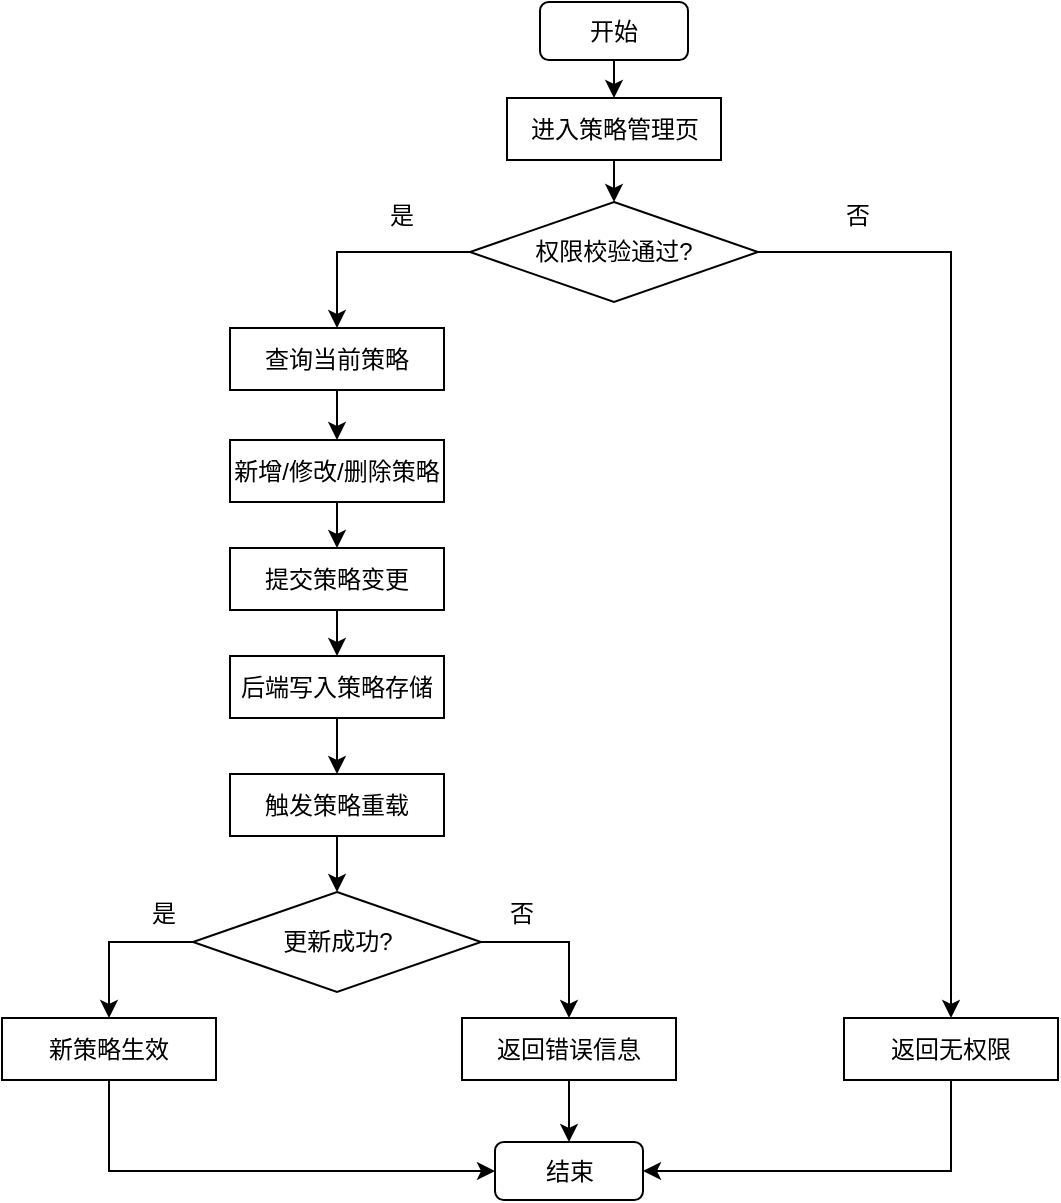
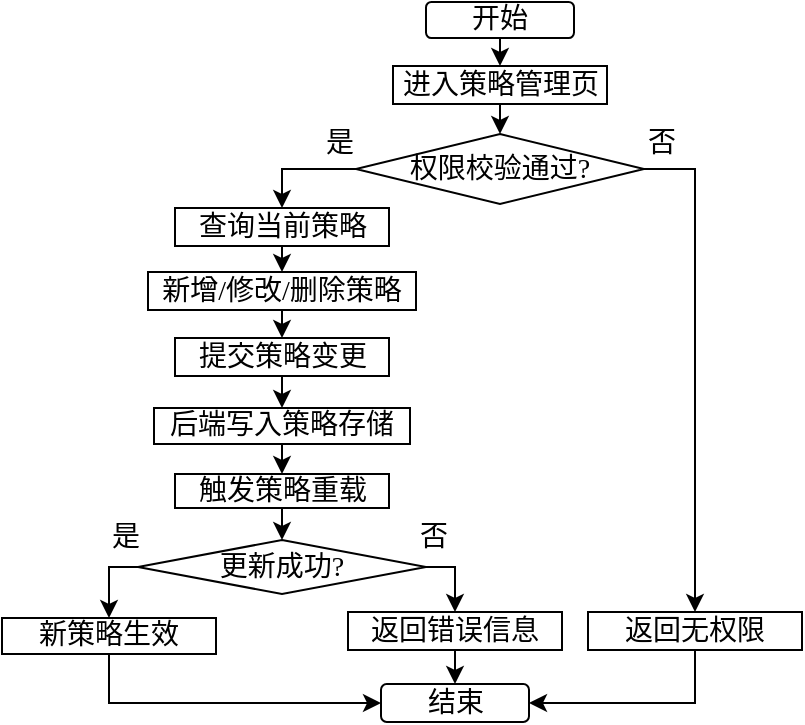
<mxfile host="app.diagrams.net">
  <diagram name="第 1 页" id="A4dXcl-CP5tHBsxZ2e-t">
-     <mxGraphModel dx="1406" dy="780" grid="0" gridSize="10" guides="1" tooltips="1" connect="1" arrows="1" fold="1" page="1" pageScale="1" pageWidth="827" pageHeight="1169" math="0" shadow="0">
+     <mxGraphModel dx="803" dy="446" grid="0" gridSize="10" guides="1" tooltips="1" connect="1" arrows="1" fold="1" page="1" pageScale="1" pageWidth="827" pageHeight="1169" math="0" shadow="0">
      <root>
        <mxCell id="0" />
        <mxCell id="1" parent="0" />
-         <mxCell id="r6gwkSSvCtjKvov1u58H-1" parent="1" style="rounded=1;whiteSpace=wrap;html=1;" value="&lt;span style=&quot;font-size: 12px;&quot;&gt;开始&lt;/span&gt;" vertex="1">
-           <mxGeometry height="29" width="74" x="380" y="15" as="geometry" />
+         <mxCell id="r6gwkSSvCtjKvov1u58H-1" parent="1" style="rounded=1;whiteSpace=wrap;html=1;fontFamily=仿宋;fontSize=14;" value="&lt;span&gt;开始&lt;/span&gt;" vertex="1">
+           <mxGeometry height="18" width="74" x="380" y="15" as="geometry" />
        </mxCell>
-         <mxCell id="r6gwkSSvCtjKvov1u58H-2" parent="1" style="rounded=0;whiteSpace=wrap;html=1;" value="&lt;span style=&quot;font-size: 12px;&quot;&gt;进入策略管理页&lt;/span&gt;" vertex="1">
-           <mxGeometry height="31" width="107" x="363.5" y="63" as="geometry" />
+         <mxCell id="r6gwkSSvCtjKvov1u58H-2" parent="1" style="rounded=0;whiteSpace=wrap;html=1;fontFamily=仿宋;fontSize=14;" value="&lt;span&gt;进入策略管理页&lt;/span&gt;" vertex="1">
+           <mxGeometry height="19" width="107" x="363.5" y="47" as="geometry" />
        </mxCell>
-         <mxCell id="r6gwkSSvCtjKvov1u58H-3" parent="1" style="rhombus;whiteSpace=wrap;html=1;" value="&lt;span style=&quot;font-size: 12px;&quot;&gt;权限校验通过?&lt;/span&gt;" vertex="1">
-           <mxGeometry height="50" width="144" x="345" y="115" as="geometry" />
+         <mxCell id="r6gwkSSvCtjKvov1u58H-3" parent="1" style="rhombus;whiteSpace=wrap;html=1;fontFamily=仿宋;fontSize=14;" value="&lt;span&gt;权限校验通过?&lt;/span&gt;" vertex="1">
+           <mxGeometry height="35" width="144" x="345" y="81" as="geometry" />
        </mxCell>
-         <mxCell id="r6gwkSSvCtjKvov1u58H-4" parent="1" style="rounded=0;whiteSpace=wrap;html=1;" value="&lt;span style=&quot;font-size: 12px;&quot;&gt;查询当前策略&lt;/span&gt;" vertex="1">
-           <mxGeometry height="31" width="107" x="225" y="178" as="geometry" />
+         <mxCell id="r6gwkSSvCtjKvov1u58H-4" parent="1" style="rounded=0;whiteSpace=wrap;html=1;fontFamily=仿宋;fontSize=14;" value="&lt;span&gt;查询当前策略&lt;/span&gt;" vertex="1">
+           <mxGeometry height="19" width="107" x="254.5" y="118" as="geometry" />
        </mxCell>
-         <mxCell id="r6gwkSSvCtjKvov1u58H-5" parent="1" style="rounded=0;whiteSpace=wrap;html=1;" value="&lt;span style=&quot;font-size: 12px;&quot;&gt;新增/修改/删除策略&lt;/span&gt;" vertex="1">
-           <mxGeometry height="31" width="107" x="225" y="234" as="geometry" />
+         <mxCell id="r6gwkSSvCtjKvov1u58H-5" parent="1" style="rounded=0;whiteSpace=wrap;html=1;fontFamily=仿宋;fontSize=14;" value="&lt;span&gt;新增/修改/删除策略&lt;/span&gt;" vertex="1">
+           <mxGeometry height="19" width="134" x="241" y="150" as="geometry" />
        </mxCell>
-         <mxCell id="r6gwkSSvCtjKvov1u58H-6" parent="1" style="rounded=0;whiteSpace=wrap;html=1;" value="&lt;span style=&quot;font-size: 12px;&quot;&gt;提交策略变更&lt;/span&gt;" vertex="1">
-           <mxGeometry height="31" width="107" x="225" y="288" as="geometry" />
+         <mxCell id="r6gwkSSvCtjKvov1u58H-6" parent="1" style="rounded=0;whiteSpace=wrap;html=1;fontFamily=仿宋;fontSize=14;" value="&lt;span&gt;提交策略变更&lt;/span&gt;" vertex="1">
+           <mxGeometry height="19" width="107" x="254.5" y="183" as="geometry" />
        </mxCell>
-         <mxCell id="r6gwkSSvCtjKvov1u58H-7" parent="1" style="rounded=0;whiteSpace=wrap;html=1;" value="&lt;span style=&quot;font-size: 12px;&quot;&gt;后端写入策略存储&lt;/span&gt;" vertex="1">
-           <mxGeometry height="31" width="107" x="225" y="342" as="geometry" />
+         <mxCell id="r6gwkSSvCtjKvov1u58H-7" parent="1" style="rounded=0;whiteSpace=wrap;html=1;fontFamily=仿宋;fontSize=14;" value="&lt;span&gt;后端写入策略存储&lt;/span&gt;" vertex="1">
+           <mxGeometry height="18" width="128" x="244" y="218" as="geometry" />
        </mxCell>
-         <mxCell id="r6gwkSSvCtjKvov1u58H-8" parent="1" style="rhombus;whiteSpace=wrap;html=1;" value="&lt;span style=&quot;font-size: 12px;&quot;&gt;更新成功?&lt;/span&gt;" vertex="1">
-           <mxGeometry height="50" width="144" x="206.5" y="460" as="geometry" />
+         <mxCell id="r6gwkSSvCtjKvov1u58H-8" parent="1" style="rhombus;whiteSpace=wrap;html=1;fontFamily=仿宋;fontSize=14;" value="&lt;span&gt;更新成功?&lt;/span&gt;" vertex="1">
+           <mxGeometry height="27" width="144" x="236" y="284" as="geometry" />
        </mxCell>
-         <mxCell id="r6gwkSSvCtjKvov1u58H-9" parent="1" style="rounded=0;whiteSpace=wrap;html=1;" value="&lt;span style=&quot;font-size: 12px;&quot;&gt;新策略生效&lt;/span&gt;" vertex="1">
-           <mxGeometry height="31" width="107" x="111" y="523" as="geometry" />
+         <mxCell id="r6gwkSSvCtjKvov1u58H-9" parent="1" style="rounded=0;whiteSpace=wrap;html=1;fontFamily=仿宋;fontSize=14;" value="&lt;span&gt;新策略生效&lt;/span&gt;" vertex="1">
+           <mxGeometry height="18" width="107" x="168" y="323" as="geometry" />
        </mxCell>
-         <mxCell id="r6gwkSSvCtjKvov1u58H-10" parent="1" style="rounded=0;whiteSpace=wrap;html=1;" value="&lt;span style=&quot;font-size: 12px;&quot;&gt;返回错误信息&lt;/span&gt;" vertex="1">
-           <mxGeometry height="31" width="107" x="341" y="523" as="geometry" />
+         <mxCell id="r6gwkSSvCtjKvov1u58H-10" parent="1" style="rounded=0;whiteSpace=wrap;html=1;fontFamily=仿宋;fontSize=14;" value="&lt;span&gt;返回错误信息&lt;/span&gt;" vertex="1">
+           <mxGeometry height="19" width="107" x="341" y="320" as="geometry" />
        </mxCell>
-         <mxCell id="r6gwkSSvCtjKvov1u58H-11" parent="1" style="rounded=0;whiteSpace=wrap;html=1;" value="&lt;span style=&quot;font-size: 12px;&quot;&gt;返回无权限&lt;/span&gt;" vertex="1">
-           <mxGeometry height="31" width="107" x="532" y="523" as="geometry" />
+         <mxCell id="r6gwkSSvCtjKvov1u58H-11" parent="1" style="rounded=0;whiteSpace=wrap;html=1;fontFamily=仿宋;fontSize=14;" value="&lt;span&gt;返回无权限&lt;/span&gt;" vertex="1">
+           <mxGeometry height="19" width="107" x="461" y="320" as="geometry" />
        </mxCell>
-         <mxCell id="r6gwkSSvCtjKvov1u58H-12" parent="1" style="rounded=1;whiteSpace=wrap;html=1;" value="&lt;span style=&quot;font-size: 12px;&quot;&gt;结束&lt;/span&gt;" vertex="1">
-           <mxGeometry height="29" width="74" x="357.5" y="585" as="geometry" />
+         <mxCell id="r6gwkSSvCtjKvov1u58H-12" parent="1" style="rounded=1;whiteSpace=wrap;html=1;fontFamily=仿宋;fontSize=14;" value="&lt;span&gt;结束&lt;/span&gt;" vertex="1">
+           <mxGeometry height="19" width="74" x="357.5" y="356" as="geometry" />
        </mxCell>
-         <mxCell id="r6gwkSSvCtjKvov1u58H-14" edge="1" parent="1" source="r6gwkSSvCtjKvov1u58H-1" style="endArrow=classic;html=1;rounded=0;exitX=0.5;exitY=1;exitDx=0;exitDy=0;entryX=0.5;entryY=0;entryDx=0;entryDy=0;" target="r6gwkSSvCtjKvov1u58H-2" value="">
+         <mxCell id="r6gwkSSvCtjKvov1u58H-14" edge="1" parent="1" source="r6gwkSSvCtjKvov1u58H-1" style="endArrow=classic;html=1;rounded=0;exitX=0.5;exitY=1;exitDx=0;exitDy=0;entryX=0.5;entryY=0;entryDx=0;entryDy=0;fontFamily=仿宋;fontSize=14;" target="r6gwkSSvCtjKvov1u58H-2" value="">
          <mxGeometry height="50" relative="1" width="50" as="geometry">
            <mxPoint x="388" y="427" as="sourcePoint" />
            <mxPoint x="438" y="377" as="targetPoint" />
          </mxGeometry>
        </mxCell>
-         <mxCell id="r6gwkSSvCtjKvov1u58H-15" edge="1" parent="1" source="r6gwkSSvCtjKvov1u58H-2" style="endArrow=classic;html=1;rounded=0;exitX=0.5;exitY=1;exitDx=0;exitDy=0;entryX=0.5;entryY=0;entryDx=0;entryDy=0;" target="r6gwkSSvCtjKvov1u58H-3" value="">
+         <mxCell id="r6gwkSSvCtjKvov1u58H-15" edge="1" parent="1" source="r6gwkSSvCtjKvov1u58H-2" style="endArrow=classic;html=1;rounded=0;exitX=0.5;exitY=1;exitDx=0;exitDy=0;entryX=0.5;entryY=0;entryDx=0;entryDy=0;fontFamily=仿宋;fontSize=14;" target="r6gwkSSvCtjKvov1u58H-3" value="">
          <mxGeometry height="50" relative="1" width="50" as="geometry">
            <mxPoint x="588" y="150" as="sourcePoint" />
            <mxPoint x="588" y="178" as="targetPoint" />
          </mxGeometry>
        </mxCell>
-         <mxCell id="r6gwkSSvCtjKvov1u58H-16" edge="1" parent="1" source="r6gwkSSvCtjKvov1u58H-4" style="endArrow=classic;html=1;rounded=0;exitX=0.5;exitY=1;exitDx=0;exitDy=0;entryX=0.5;entryY=0;entryDx=0;entryDy=0;" target="r6gwkSSvCtjKvov1u58H-5" value="">
+         <mxCell id="r6gwkSSvCtjKvov1u58H-16" edge="1" parent="1" source="r6gwkSSvCtjKvov1u58H-4" style="endArrow=classic;html=1;rounded=0;exitX=0.5;exitY=1;exitDx=0;exitDy=0;entryX=0.5;entryY=0;entryDx=0;entryDy=0;fontFamily=仿宋;fontSize=14;" target="r6gwkSSvCtjKvov1u58H-5" value="">
          <mxGeometry height="50" relative="1" width="50" as="geometry">
            <mxPoint x="427" y="253" as="sourcePoint" />
            <mxPoint x="427" y="281" as="targetPoint" />
          </mxGeometry>
        </mxCell>
-         <mxCell id="r6gwkSSvCtjKvov1u58H-17" edge="1" parent="1" source="r6gwkSSvCtjKvov1u58H-5" style="endArrow=classic;html=1;rounded=0;exitX=0.5;exitY=1;exitDx=0;exitDy=0;entryX=0.5;entryY=0;entryDx=0;entryDy=0;" target="r6gwkSSvCtjKvov1u58H-6" value="">
+         <mxCell id="r6gwkSSvCtjKvov1u58H-17" edge="1" parent="1" source="r6gwkSSvCtjKvov1u58H-5" style="endArrow=classic;html=1;rounded=0;exitX=0.5;exitY=1;exitDx=0;exitDy=0;entryX=0.5;entryY=0;entryDx=0;entryDy=0;fontFamily=仿宋;fontSize=14;" target="r6gwkSSvCtjKvov1u58H-6" value="">
          <mxGeometry height="50" relative="1" width="50" as="geometry">
            <mxPoint x="449" y="374" as="sourcePoint" />
            <mxPoint x="449" y="402" as="targetPoint" />
          </mxGeometry>
        </mxCell>
-         <mxCell id="r6gwkSSvCtjKvov1u58H-18" edge="1" parent="1" source="r6gwkSSvCtjKvov1u58H-6" style="endArrow=classic;html=1;rounded=0;exitX=0.5;exitY=1;exitDx=0;exitDy=0;entryX=0.5;entryY=0;entryDx=0;entryDy=0;" target="r6gwkSSvCtjKvov1u58H-7" value="">
+         <mxCell id="r6gwkSSvCtjKvov1u58H-18" edge="1" parent="1" source="r6gwkSSvCtjKvov1u58H-6" style="endArrow=classic;html=1;rounded=0;exitX=0.5;exitY=1;exitDx=0;exitDy=0;entryX=0.5;entryY=0;entryDx=0;entryDy=0;fontFamily=仿宋;fontSize=14;" target="r6gwkSSvCtjKvov1u58H-7" value="">
          <mxGeometry height="50" relative="1" width="50" as="geometry">
            <mxPoint x="407" y="421" as="sourcePoint" />
            <mxPoint x="407" y="449" as="targetPoint" />
          </mxGeometry>
        </mxCell>
-         <mxCell id="r6gwkSSvCtjKvov1u58H-19" edge="1" parent="1" source="r6gwkSSvCtjKvov1u58H-7" style="endArrow=classic;html=1;rounded=0;exitX=0.5;exitY=1;exitDx=0;exitDy=0;entryX=0.5;entryY=0;entryDx=0;entryDy=0;" target="b96Ve0qGq_AGZE1jtQqy-1" value="">
+         <mxCell id="r6gwkSSvCtjKvov1u58H-19" edge="1" parent="1" source="r6gwkSSvCtjKvov1u58H-7" style="endArrow=classic;html=1;rounded=0;exitX=0.5;exitY=1;exitDx=0;exitDy=0;entryX=0.5;entryY=0;entryDx=0;entryDy=0;fontFamily=仿宋;fontSize=14;" target="b96Ve0qGq_AGZE1jtQqy-1" value="">
          <mxGeometry height="50" relative="1" width="50" as="geometry">
            <mxPoint x="415" y="476" as="sourcePoint" />
            <mxPoint x="348" y="421" as="targetPoint" />
          </mxGeometry>
        </mxCell>
-         <mxCell id="r6gwkSSvCtjKvov1u58H-20" edge="1" parent="1" source="r6gwkSSvCtjKvov1u58H-3" style="endArrow=classic;html=1;rounded=0;exitX=0;exitY=0.5;exitDx=0;exitDy=0;entryX=0.5;entryY=0;entryDx=0;entryDy=0;edgeStyle=orthogonalEdgeStyle;" target="r6gwkSSvCtjKvov1u58H-4" value="">
+         <mxCell id="r6gwkSSvCtjKvov1u58H-20" edge="1" parent="1" source="r6gwkSSvCtjKvov1u58H-3" style="endArrow=classic;html=1;rounded=0;exitX=0;exitY=0.5;exitDx=0;exitDy=0;entryX=0.5;entryY=0;entryDx=0;entryDy=0;edgeStyle=orthogonalEdgeStyle;fontFamily=仿宋;fontSize=14;" target="r6gwkSSvCtjKvov1u58H-4" value="">
          <mxGeometry height="50" relative="1" width="50" as="geometry">
            <mxPoint x="475" y="255" as="sourcePoint" />
            <mxPoint x="475" y="283" as="targetPoint" />
          </mxGeometry>
        </mxCell>
-         <mxCell id="r6gwkSSvCtjKvov1u58H-21" edge="1" parent="1" source="r6gwkSSvCtjKvov1u58H-3" style="endArrow=classic;html=1;rounded=0;exitX=1;exitY=0.5;exitDx=0;exitDy=0;entryX=0.5;entryY=0;entryDx=0;entryDy=0;edgeStyle=orthogonalEdgeStyle;" target="r6gwkSSvCtjKvov1u58H-11" value="">
+         <mxCell id="r6gwkSSvCtjKvov1u58H-21" edge="1" parent="1" source="r6gwkSSvCtjKvov1u58H-3" style="endArrow=classic;html=1;rounded=0;exitX=1;exitY=0.5;exitDx=0;exitDy=0;entryX=0.5;entryY=0;entryDx=0;entryDy=0;edgeStyle=orthogonalEdgeStyle;fontFamily=仿宋;fontSize=14;" target="r6gwkSSvCtjKvov1u58H-11" value="">
          <mxGeometry height="50" relative="1" width="50" as="geometry">
            <mxPoint x="570" y="288" as="sourcePoint" />
            <mxPoint x="505" y="348" as="targetPoint" />
          </mxGeometry>
        </mxCell>
-         <mxCell id="r6gwkSSvCtjKvov1u58H-22" edge="1" parent="1" source="r6gwkSSvCtjKvov1u58H-8" style="endArrow=classic;html=1;rounded=0;exitX=0;exitY=0.5;exitDx=0;exitDy=0;entryX=0.5;entryY=0;entryDx=0;entryDy=0;edgeStyle=orthogonalEdgeStyle;" target="r6gwkSSvCtjKvov1u58H-9" value="">
+         <mxCell id="r6gwkSSvCtjKvov1u58H-22" edge="1" parent="1" source="r6gwkSSvCtjKvov1u58H-8" style="endArrow=classic;html=1;rounded=0;exitX=0;exitY=0.5;exitDx=0;exitDy=0;entryX=0.5;entryY=0;entryDx=0;entryDy=0;edgeStyle=orthogonalEdgeStyle;fontFamily=仿宋;fontSize=14;" target="r6gwkSSvCtjKvov1u58H-9" value="">
          <mxGeometry height="50" relative="1" width="50" as="geometry">
            <mxPoint x="172" y="483" as="sourcePoint" />
            <mxPoint x="107" y="543" as="targetPoint" />
          </mxGeometry>
        </mxCell>
-         <mxCell id="r6gwkSSvCtjKvov1u58H-23" edge="1" parent="1" source="r6gwkSSvCtjKvov1u58H-8" style="endArrow=classic;html=1;rounded=0;exitX=1;exitY=0.5;exitDx=0;exitDy=0;entryX=0.5;entryY=0;entryDx=0;entryDy=0;edgeStyle=orthogonalEdgeStyle;" target="r6gwkSSvCtjKvov1u58H-10" value="">
+         <mxCell id="r6gwkSSvCtjKvov1u58H-23" edge="1" parent="1" source="r6gwkSSvCtjKvov1u58H-8" style="endArrow=classic;html=1;rounded=0;exitX=1;exitY=0.5;exitDx=0;exitDy=0;entryX=0.5;entryY=0;entryDx=0;entryDy=0;edgeStyle=orthogonalEdgeStyle;fontFamily=仿宋;fontSize=14;" target="r6gwkSSvCtjKvov1u58H-10" value="">
          <mxGeometry height="50" relative="1" width="50" as="geometry">
            <mxPoint x="523" y="480" as="sourcePoint" />
            <mxPoint x="458" y="540" as="targetPoint" />
          </mxGeometry>
        </mxCell>
-         <mxCell id="r6gwkSSvCtjKvov1u58H-24" edge="1" parent="1" source="r6gwkSSvCtjKvov1u58H-9" style="endArrow=classic;html=1;rounded=0;exitX=0.5;exitY=1;exitDx=0;exitDy=0;entryX=0;entryY=0.5;entryDx=0;entryDy=0;edgeStyle=orthogonalEdgeStyle;" target="r6gwkSSvCtjKvov1u58H-12" value="">
+         <mxCell id="r6gwkSSvCtjKvov1u58H-24" edge="1" parent="1" source="r6gwkSSvCtjKvov1u58H-9" style="endArrow=classic;html=1;rounded=0;exitX=0.5;exitY=1;exitDx=0;exitDy=0;entryX=0;entryY=0.5;entryDx=0;entryDy=0;edgeStyle=orthogonalEdgeStyle;fontFamily=仿宋;fontSize=14;" target="r6gwkSSvCtjKvov1u58H-12" value="">
          <mxGeometry height="50" relative="1" width="50" as="geometry">
            <mxPoint x="271" y="701" as="sourcePoint" />
            <mxPoint x="206" y="761" as="targetPoint" />
          </mxGeometry>
        </mxCell>
-         <mxCell id="r6gwkSSvCtjKvov1u58H-25" edge="1" parent="1" source="r6gwkSSvCtjKvov1u58H-11" style="endArrow=classic;html=1;rounded=0;exitX=0.5;exitY=1;exitDx=0;exitDy=0;entryX=1;entryY=0.5;entryDx=0;entryDy=0;edgeStyle=orthogonalEdgeStyle;" target="r6gwkSSvCtjKvov1u58H-12" value="">
+         <mxCell id="r6gwkSSvCtjKvov1u58H-25" edge="1" parent="1" source="r6gwkSSvCtjKvov1u58H-11" style="endArrow=classic;html=1;rounded=0;exitX=0.5;exitY=1;exitDx=0;exitDy=0;entryX=1;entryY=0.5;entryDx=0;entryDy=0;edgeStyle=orthogonalEdgeStyle;fontFamily=仿宋;fontSize=14;" target="r6gwkSSvCtjKvov1u58H-12" value="">
          <mxGeometry height="50" relative="1" width="50" as="geometry">
            <mxPoint x="629" y="684" as="sourcePoint" />
            <mxPoint x="564" y="744" as="targetPoint" />
          </mxGeometry>
        </mxCell>
-         <mxCell id="r6gwkSSvCtjKvov1u58H-26" edge="1" parent="1" source="r6gwkSSvCtjKvov1u58H-10" style="endArrow=classic;html=1;rounded=0;exitX=0.5;exitY=1;exitDx=0;exitDy=0;entryX=0.5;entryY=0;entryDx=0;entryDy=0;" target="r6gwkSSvCtjKvov1u58H-12" value="">
+         <mxCell id="r6gwkSSvCtjKvov1u58H-26" edge="1" parent="1" source="r6gwkSSvCtjKvov1u58H-10" style="endArrow=classic;html=1;rounded=0;exitX=0.5;exitY=1;exitDx=0;exitDy=0;entryX=0.5;entryY=0;entryDx=0;entryDy=0;fontFamily=仿宋;fontSize=14;" target="r6gwkSSvCtjKvov1u58H-12" value="">
          <mxGeometry height="50" relative="1" width="50" as="geometry">
            <mxPoint x="488" y="544" as="sourcePoint" />
            <mxPoint x="485" y="584" as="targetPoint" />
          </mxGeometry>
        </mxCell>
-         <mxCell id="r6gwkSSvCtjKvov1u58H-27" parent="1" style="text;html=1;whiteSpace=wrap;strokeColor=none;fillColor=none;align=center;verticalAlign=middle;rounded=0;" value="是" vertex="1">
-           <mxGeometry height="30" width="60" x="281" y="107" as="geometry" />
+         <mxCell id="r6gwkSSvCtjKvov1u58H-27" parent="1" style="text;html=1;whiteSpace=wrap;strokeColor=none;fillColor=none;align=center;verticalAlign=middle;rounded=0;fontFamily=仿宋;fontSize=14;" value="是" vertex="1">
+           <mxGeometry height="30" width="60" x="307" y="71" as="geometry" />
        </mxCell>
-         <mxCell id="r6gwkSSvCtjKvov1u58H-28" parent="1" style="text;html=1;whiteSpace=wrap;strokeColor=none;fillColor=none;align=center;verticalAlign=middle;rounded=0;" value="是" vertex="1">
-           <mxGeometry height="30" width="60" x="162" y="456" as="geometry" />
+         <mxCell id="r6gwkSSvCtjKvov1u58H-28" parent="1" style="text;html=1;whiteSpace=wrap;strokeColor=none;fillColor=none;align=center;verticalAlign=middle;rounded=0;fontFamily=仿宋;fontSize=14;" value="是" vertex="1">
+           <mxGeometry height="30" width="60" x="200" y="268" as="geometry" />
        </mxCell>
-         <mxCell id="r6gwkSSvCtjKvov1u58H-29" parent="1" style="text;html=1;whiteSpace=wrap;strokeColor=none;fillColor=none;align=center;verticalAlign=middle;rounded=0;" value="否" vertex="1">
-           <mxGeometry height="30" width="60" x="341" y="456" as="geometry" />
+         <mxCell id="r6gwkSSvCtjKvov1u58H-29" parent="1" style="text;html=1;whiteSpace=wrap;strokeColor=none;fillColor=none;align=center;verticalAlign=middle;rounded=0;fontFamily=仿宋;fontSize=14;" value="否" vertex="1">
+           <mxGeometry height="30" width="60" x="354" y="268" as="geometry" />
        </mxCell>
-         <mxCell id="r6gwkSSvCtjKvov1u58H-30" parent="1" style="text;html=1;whiteSpace=wrap;strokeColor=none;fillColor=none;align=center;verticalAlign=middle;rounded=0;" value="否" vertex="1">
-           <mxGeometry height="30" width="60" x="509" y="107" as="geometry" />
+         <mxCell id="r6gwkSSvCtjKvov1u58H-30" parent="1" style="text;html=1;whiteSpace=wrap;strokeColor=none;fillColor=none;align=center;verticalAlign=middle;rounded=0;fontFamily=仿宋;fontSize=14;" value="否" vertex="1">
+           <mxGeometry height="30" width="60" x="468" y="71" as="geometry" />
        </mxCell>
-         <mxCell id="b96Ve0qGq_AGZE1jtQqy-1" parent="1" style="rounded=0;whiteSpace=wrap;html=1;" value="&lt;span style=&quot;font-size: 12px;&quot;&gt;触发策略重载&lt;/span&gt;" vertex="1">
-           <mxGeometry height="31" width="107" x="225" y="401" as="geometry" />
+         <mxCell id="b96Ve0qGq_AGZE1jtQqy-1" parent="1" style="rounded=0;whiteSpace=wrap;html=1;fontFamily=仿宋;fontSize=14;" value="&lt;span&gt;触发策略重载&lt;/span&gt;" vertex="1">
+           <mxGeometry height="17" width="107" x="254.5" y="251" as="geometry" />
        </mxCell>
-         <mxCell id="b96Ve0qGq_AGZE1jtQqy-2" edge="1" parent="1" source="b96Ve0qGq_AGZE1jtQqy-1" style="endArrow=classic;html=1;rounded=0;exitX=0.5;exitY=1;exitDx=0;exitDy=0;entryX=0.5;entryY=0;entryDx=0;entryDy=0;" target="r6gwkSSvCtjKvov1u58H-8" value="">
+         <mxCell id="b96Ve0qGq_AGZE1jtQqy-2" edge="1" parent="1" source="b96Ve0qGq_AGZE1jtQqy-1" style="endArrow=classic;html=1;rounded=0;exitX=0.5;exitY=1;exitDx=0;exitDy=0;entryX=0.5;entryY=0;entryDx=0;entryDy=0;fontFamily=仿宋;fontSize=14;" target="r6gwkSSvCtjKvov1u58H-8" value="">
          <mxGeometry height="50" relative="1" width="50" as="geometry">
            <mxPoint x="438" y="406" as="sourcePoint" />
            <mxPoint x="438" y="434" as="targetPoint" />
          </mxGeometry>
        </mxCell>
      </root>
    </mxGraphModel>
  </diagram>
</mxfile>
